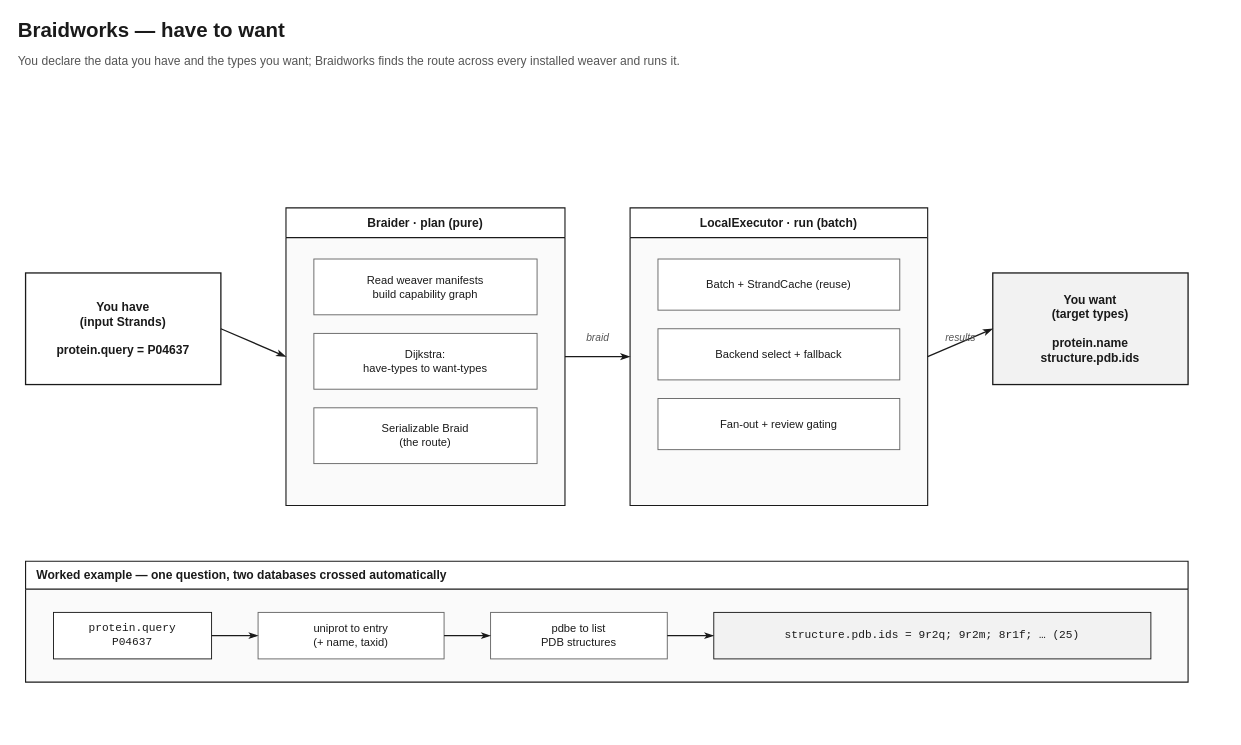
rafaelmdc/braidworks keeps this draw.io diagram as page "Have to want" (1 of 6) of docs/diagrams/braidworks_portfolio_diagrams.drawio. Above is the earlier version. Source tidied: cells renumbered, new cells numbered last; positions are measured from the earlier drawing's top-left corner, leaving out a move shared by most shapes. Both pictures are drawn from the tidied source at 93%, with x=0, y=0 at pixel (16, 16).
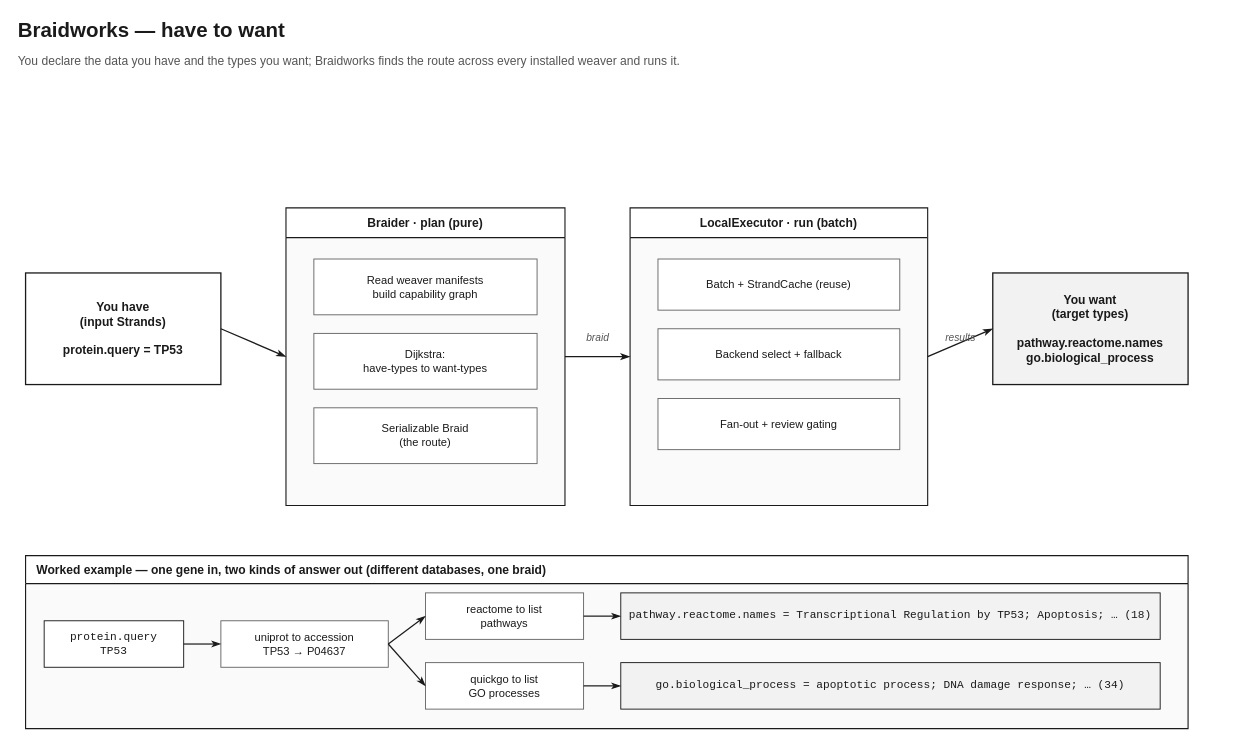
The same diagram, later.

Commit message (it also covers changes not shown here):
docs(diagrams): plain-strand contract cards + TP53→pathways/GO hero braid

Change to the diagram source:
```diff
@@
-    <mxCell id="4" value="You have&#10;(input Strands)&#10;&#10;protein.query = P04637" style="rounded=0;whiteSpace=wrap;html=1;fillColor=#FFFFFF;strokeColor=#1A1A1A;fontColor=#1A1A1A;fontSize=13;fontStyle=1;fontFamily=Helvetica;strokeWidth=1.4;" parent="1" vertex="1">
+    <mxCell id="4" value="You have&#10;(input Strands)&#10;&#10;protein.query = TP53" style="rounded=0;whiteSpace=wrap;html=1;fillColor=#FFFFFF;strokeColor=#1A1A1A;fontColor=#1A1A1A;fontSize=13;fontStyle=1;fontFamily=Helvetica;strokeWidth=1.4;" parent="1" vertex="1">
       <mxGeometry x="10" y="276" width="210" height="120" as="geometry" />
     </mxCell>
@@
-    <mxCell id="13" value="You want&#10;(target types)&#10;&#10;protein.name&#10;structure.pdb.ids" style="rounded=0;whiteSpace=wrap;html=1;fillColor=#F2F2F2;strokeColor=#1A1A1A;fontColor=#1A1A1A;fontSize=13;fontStyle=1;fontFamily=Helvetica;strokeWidth=1.4;" parent="1" vertex="1">
+    <mxCell id="13" value="You want&#10;(target types)&#10;&#10;pathway.reactome.names&#10;go.biological_process" style="rounded=0;whiteSpace=wrap;html=1;fillColor=#F2F2F2;strokeColor=#1A1A1A;fontColor=#1A1A1A;fontSize=13;fontStyle=1;fontFamily=Helvetica;strokeWidth=1.4;" parent="1" vertex="1">
       <mxGeometry x="1050" y="276" width="210" height="120" as="geometry" />
     </mxCell>
@@
-    <mxCell id="19" value="Worked example — one question, two databases crossed automatically" style="swimlane;whiteSpace=wrap;html=1;startSize=30;rounded=0;fillColor=#FFFFFF;strokeColor=#1A1A1A;fontColor=#1A1A1A;fontSize=13;fontStyle=1;fontFamily=Helvetica;strokeWidth=1.2;swimlaneFillColor=#FAFAFA;align=left;spacingLeft=10;" parent="1" vertex="1">
-      <mxGeometry x="10" y="586" width="1250" height="130" as="geometry" />
+    <mxCell id="19" value="Worked example — one gene in, two kinds of answer out (different databases, one braid)" style="swimlane;whiteSpace=wrap;html=1;startSize=30;rounded=0;fillColor=#FFFFFF;strokeColor=#1A1A1A;fontColor=#1A1A1A;fontSize=13;fontStyle=1;fontFamily=Helvetica;strokeWidth=1.2;swimlaneFillColor=#FAFAFA;align=left;spacingLeft=10;" parent="1" vertex="1">
+      <mxGeometry x="10" y="580" width="1250" height="186" as="geometry" />
     </mxCell>
-    <mxCell id="20" value="protein.query&#10;P04637" style="rounded=0;whiteSpace=wrap;html=1;fillColor=#FFFFFF;strokeColor=#1A1A1A;fontColor=#1A1A1A;fontSize=12;fontFamily=Courier New;" parent="19" vertex="1">
-      <mxGeometry x="30" y="55" width="170" height="50" as="geometry" />
+    <mxCell id="20" value="protein.query&#10;TP53" style="rounded=0;whiteSpace=wrap;html=1;fillColor=#FFFFFF;strokeColor=#1A1A1A;fontColor=#1A1A1A;fontSize=12;fontFamily=Courier New;" parent="19" vertex="1">
+      <mxGeometry x="20" y="70" width="150" height="50" as="geometry" />
     </mxCell>
-    <mxCell id="21" value="uniprot to entry&#10;(+ name, taxid)" style="rounded=0;whiteSpace=wrap;html=1;fillColor=#FFFFFF;strokeColor=#666666;fontColor=#1A1A1A;fontSize=12;fontFamily=Helvetica;" parent="19" vertex="1">
-      <mxGeometry x="250" y="55" width="200" height="50" as="geometry" />
+    <mxCell id="21" value="uniprot to accession&#10;TP53 → P04637" style="rounded=0;whiteSpace=wrap;html=1;fillColor=#FFFFFF;strokeColor=#666666;fontColor=#1A1A1A;fontSize=12;fontFamily=Helvetica;" parent="19" vertex="1">
+      <mxGeometry x="210" y="70" width="180" height="50" as="geometry" />
     </mxCell>
-    <mxCell id="22" value="pdbe to list&#10;PDB structures" style="rounded=0;whiteSpace=wrap;html=1;fillColor=#FFFFFF;strokeColor=#666666;fontColor=#1A1A1A;fontSize=12;fontFamily=Helvetica;" parent="19" vertex="1">
-      <mxGeometry x="500" y="55" width="190" height="50" as="geometry" />
-    </mxCell>
-    <mxCell id="23" value="structure.pdb.ids = 9r2q; 9r2m; 8r1f; … (25)" style="rounded=0;whiteSpace=wrap;html=1;fillColor=#F2F2F2;strokeColor=#1A1A1A;fontColor=#1A1A1A;fontSize=12;fontFamily=Courier New;" parent="19" vertex="1">
-      <mxGeometry x="740" y="55" width="470" height="50" as="geometry" />
-    </mxCell>
+    <mxCell id="27" value="reactome to list&#10;pathways" style="rounded=0;whiteSpace=wrap;html=1;fillColor=#FFFFFF;strokeColor=#666666;fontColor=#1A1A1A;fontSize=12;fontFamily=Helvetica;" parent="19" vertex="1">
+      <mxGeometry x="430" y="40" width="170" height="50" as="geometry" />
+    </mxCell>
+    <mxCell id="28" value="pathway.reactome.names = Transcriptional Regulation by TP53; Apoptosis; … (18)" style="rounded=0;whiteSpace=wrap;html=1;fillColor=#F2F2F2;strokeColor=#1A1A1A;fontColor=#1A1A1A;fontSize=12;fontFamily=Courier New;" parent="19" vertex="1">
+      <mxGeometry x="640" y="40" width="580" height="50" as="geometry" />
+    </mxCell>
+    <mxCell id="29" value="quickgo to list&#10;GO processes" style="rounded=0;whiteSpace=wrap;html=1;fillColor=#FFFFFF;strokeColor=#666666;fontColor=#1A1A1A;fontSize=12;fontFamily=Helvetica;" parent="19" vertex="1">
+      <mxGeometry x="430" y="115" width="170" height="50" as="geometry" />
+    </mxCell>
+    <mxCell id="30" value="go.biological_process = apoptotic process; DNA damage response; … (34)" style="rounded=0;whiteSpace=wrap;html=1;fillColor=#F2F2F2;strokeColor=#1A1A1A;fontColor=#1A1A1A;fontSize=12;fontFamily=Courier New;" parent="19" vertex="1">
+      <mxGeometry x="640" y="115" width="580" height="50" as="geometry" />
+    </mxCell>
@@
-    <mxCell id="25" style="endArrow=classicThin;html=1;rounded=0;strokeWidth=1.3;strokeColor=#1A1A1A;exitX=1;exitY=0.5;entryX=0;entryY=0.5;" parent="19" edge="1" source="21" target="22">
+    <mxCell id="25" style="endArrow=classicThin;html=1;rounded=0;strokeWidth=1.3;strokeColor=#1A1A1A;exitX=1;exitY=0.5;entryX=0;entryY=0.5;" parent="19" edge="1" source="21" target="27">
       <mxGeometry relative="1" as="geometry" />
     </mxCell>
-    <mxCell id="26" style="endArrow=classicThin;html=1;rounded=0;strokeWidth=1.3;strokeColor=#1A1A1A;exitX=1;exitY=0.5;entryX=0;entryY=0.5;" parent="19" edge="1" source="22" target="23">
+    <mxCell id="26" style="endArrow=classicThin;html=1;rounded=0;strokeWidth=1.3;strokeColor=#1A1A1A;exitX=1;exitY=0.5;entryX=0;entryY=0.5;" parent="19" edge="1" source="21" target="29">
       <mxGeometry relative="1" as="geometry" />
     </mxCell>
+    <mxCell id="31" style="endArrow=classicThin;html=1;rounded=0;strokeWidth=1.3;strokeColor=#1A1A1A;exitX=1;exitY=0.5;entryX=0;entryY=0.5;" parent="19" edge="1" source="27" target="28">
+      <mxGeometry relative="1" as="geometry" />
+    </mxCell>
+    <mxCell id="32" style="endArrow=classicThin;html=1;rounded=0;strokeWidth=1.3;strokeColor=#1A1A1A;exitX=1;exitY=0.5;entryX=0;entryY=0.5;" parent="19" edge="1" source="29" target="30">
+      <mxGeometry relative="1" as="geometry" />
+    </mxCell>
```
